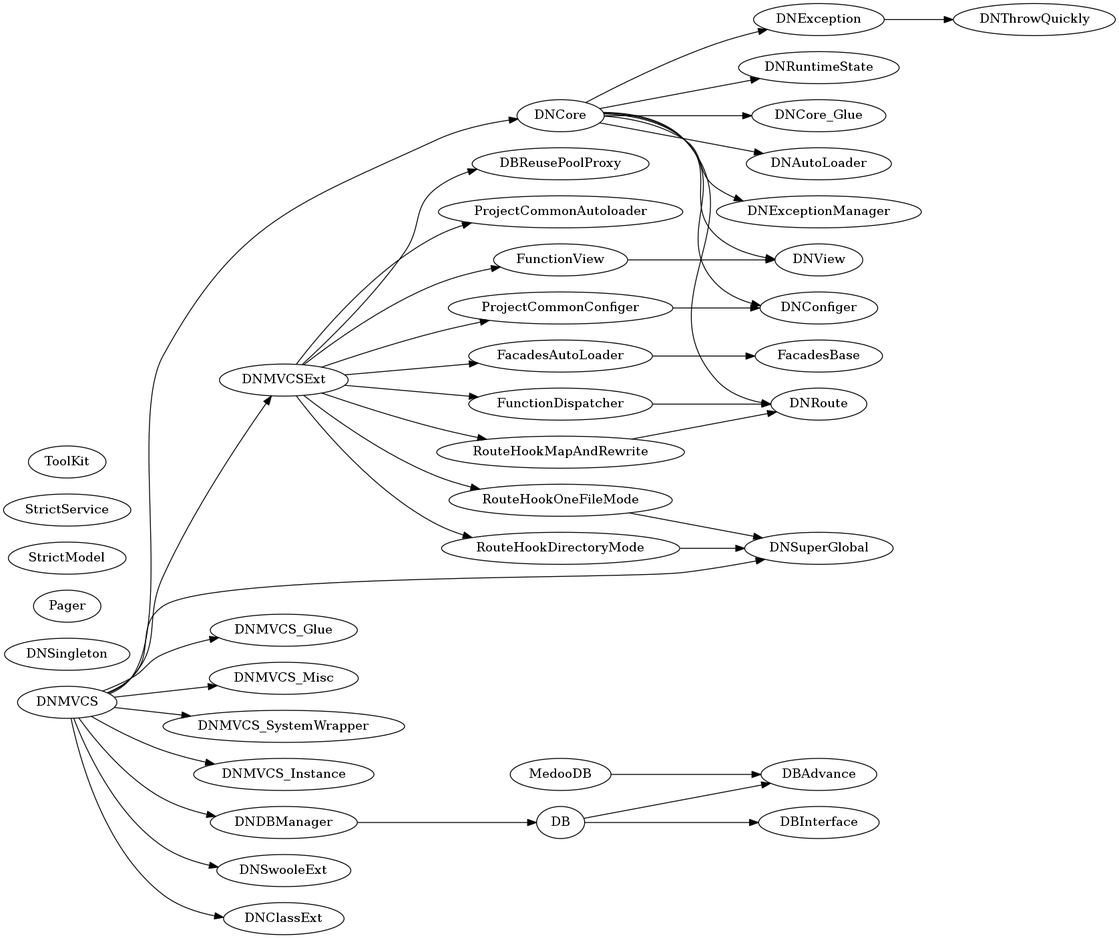
Earlier version of the Graphviz export dnmvcs.gv.png (dvaknheo/duckphp). Its source is kept beside it as dnmvcs.gv. Source of this version:
```dot
digraph G{
/* This is a graphviz file */
graph [rankdir = "LR"];


DNException -> DNThrowQuickly ;
DNCore -> DNRuntimeState;
DNCore -> DNCore_Glue;
DNCore -> DNAutoLoader;
DNCore -> DNException;
DNCore -> DNExceptionManager;
DNCore -> DNView;
DNCore -> DNConfiger;
DNCore -> DNRoute;

DNMVCS -> DNCore;
DNMVCS -> DNMVCS_Glue;
DNMVCS -> DNMVCS_Misc;
DNMVCS -> DNMVCS_SystemWrapper;
DNMVCS -> DNMVCS_Instance;
DNMVCS -> DNDBManager;
DNMVCS -> DNSwooleExt;
DNMVCS -> DNMVCSExt;
DNMVCS -> DNSuperGlobal;
DNMVCS -> DNClassExt;


DNDBManager ->DB;
DB -> DBAdvance;
DB -> DBInterface;
MedooDB -> DBAdvance;


RouteHookMapAndRewrite -> DNRoute ;
RouteHookOneFileMode -> DNSuperGlobal;
RouteHookDirectoryMode -> DNSuperGlobal;
FacadesAutoLoader -> FacadesBase ;
FunctionDispatcher -> DNRoute;
FunctionView -> DNView;

DNMVCSExt-> FacadesAutoLoader;

DNMVCSExt-> RouteHookMapAndRewrite;
DNMVCSExt-> RouteHookOneFileMode;
DNMVCSExt-> RouteHookDirectoryMode;
DNMVCSExt-> DBReusePoolProxy;
DNMVCSExt-> FunctionDispatcher;
DNMVCSExt-> FunctionView;
DNMVCSExt-> ProjectCommonAutoloader;
DNMVCSExt-> ProjectCommonConfiger;

ProjectCommonConfiger -> DNConfiger  ;

DNSingleton;
Pager;
StrictModel;
StrictService;
ToolKit;

}
```
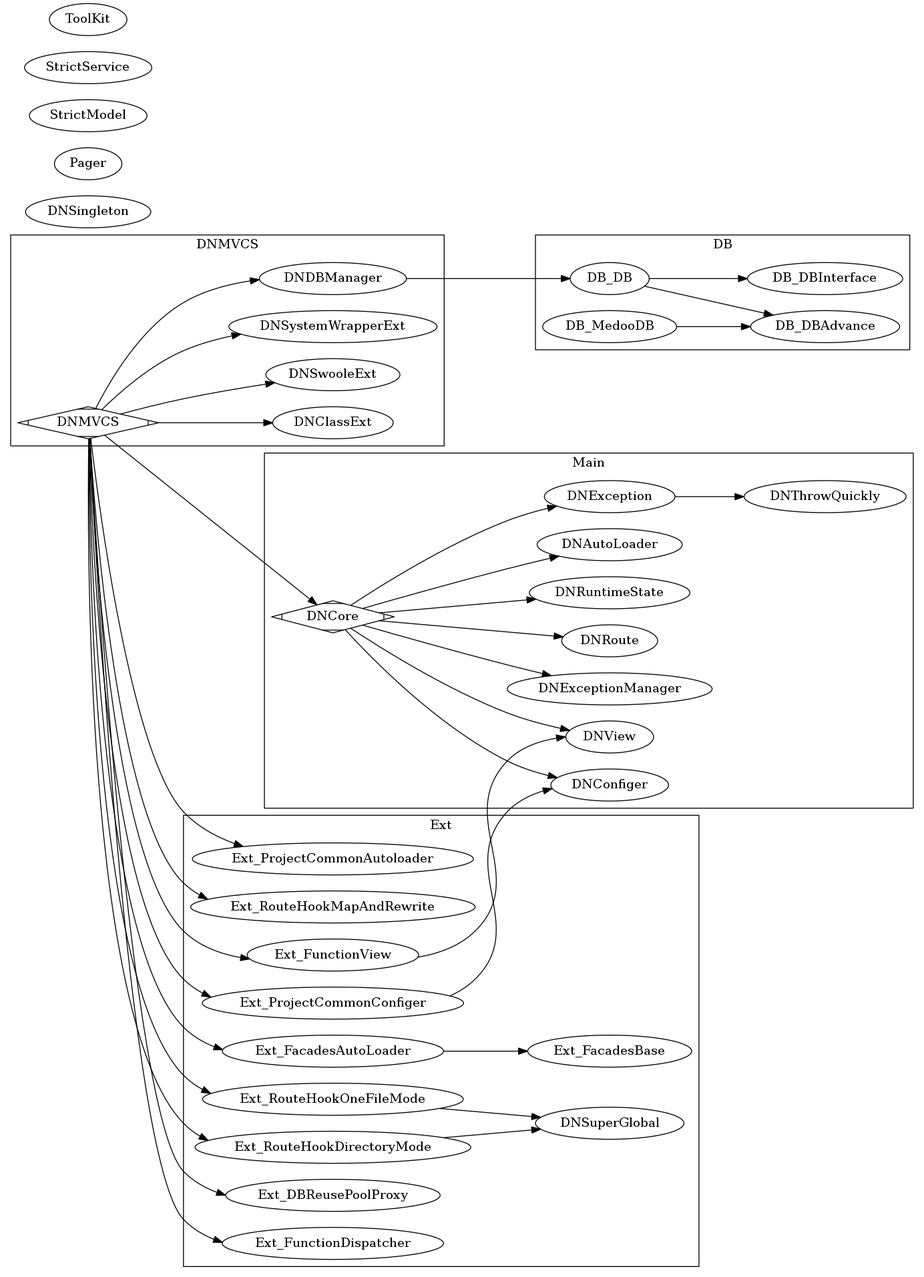
Later version of the same file.

Change to the diagram source:
```diff
@@ -2,54 +2,60 @@
 /* This is a graphviz file */
 graph [rankdir = "LR"];
 
+subgraph cluster_Core {
+    label = "Main";
 
-DNException -> DNThrowQuickly ;
-DNCore -> DNRuntimeState;
-DNCore -> DNCore_Glue;
-DNCore -> DNAutoLoader;
-DNCore -> DNException;
-DNCore -> DNExceptionManager;
-DNCore -> DNView;
-DNCore -> DNConfiger;
-DNCore -> DNRoute;
+    DNCore -> DNRuntimeState;
+    DNCore -> DNAutoLoader;
+    DNCore -> DNException -> DNThrowQuickly ;
+    DNCore -> DNExceptionManager;
+    DNCore -> DNView;
+    DNCore -> DNConfiger;
+    DNCore -> DNRoute;
+
+    DNCore [shape=Mdiamond];
+}
+
+
+subgraph cluster_DB {
+    label = "DB";
+
+DB_DB -> DB_DBAdvance;
+DB_DB -> DB_DBInterface;
+DB_MedooDB -> DB_DBAdvance;
+
+}
+subgraph cluster_All {
+    label = "DNMVCS";
 
 DNMVCS -> DNCore;
-DNMVCS -> DNMVCS_Glue;
-DNMVCS -> DNMVCS_Misc;
-DNMVCS -> DNMVCS_SystemWrapper;
-DNMVCS -> DNMVCS_Instance;
-DNMVCS -> DNDBManager;
+
+DNMVCS -> DNClassExt;
 DNMVCS -> DNSwooleExt;
-DNMVCS -> DNMVCSExt;
-DNMVCS -> DNSuperGlobal;
-DNMVCS -> DNClassExt;
+DNMVCS -> DNSystemWrapperExt;
+DNMVCS -> DNDBManager -> DB_DB;
+
+DNMVCS [shape=Mdiamond];
+
+}
+subgraph cluster_Ext {
+label = "Ext";
+
+DNMVCS-> Ext_RouteHookMapAndRewrite;
+DNMVCS-> Ext_ProjectCommonConfiger -> DNConfiger;
+DNMVCS-> Ext_FunctionView  -> DNView;
 
 
-DNDBManager ->DB;
-DB -> DBAdvance;
-DB -> DBInterface;
-MedooDB -> DBAdvance;
+DNMVCS-> Ext_FacadesAutoLoader -> Ext_FacadesBase ;
+DNMVCS-> Ext_RouteHookOneFileMode -> DNSuperGlobal;
+DNMVCS-> Ext_RouteHookDirectoryMode -> DNSuperGlobal;
 
+DNMVCS-> Ext_DBReusePoolProxy;
+DNMVCS-> Ext_FunctionDispatcher;
+DNMVCS-> Ext_ProjectCommonAutoloader;
 
-RouteHookMapAndRewrite -> DNRoute ;
-RouteHookOneFileMode -> DNSuperGlobal;
-RouteHookDirectoryMode -> DNSuperGlobal;
-FacadesAutoLoader -> FacadesBase ;
-FunctionDispatcher -> DNRoute;
-FunctionView -> DNView;
+}
 
-DNMVCSExt-> FacadesAutoLoader;
-
-DNMVCSExt-> RouteHookMapAndRewrite;
-DNMVCSExt-> RouteHookOneFileMode;
-DNMVCSExt-> RouteHookDirectoryMode;
-DNMVCSExt-> DBReusePoolProxy;
-DNMVCSExt-> FunctionDispatcher;
-DNMVCSExt-> FunctionView;
-DNMVCSExt-> ProjectCommonAutoloader;
-DNMVCSExt-> ProjectCommonConfiger;
-
-ProjectCommonConfiger -> DNConfiger  ;
 
 DNSingleton;
 Pager;
```
